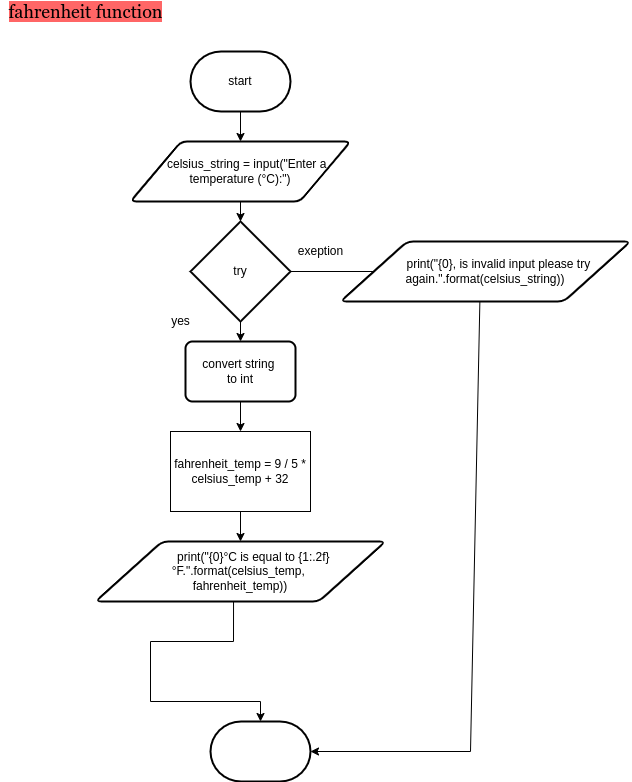
Before: design/flowchart.png, a diagram exported from draw.io (Emmanuel-Fofeyin/ICS3U-Unit5-01-Python). Source tidied: cells renumbered, new cells last; positions are measured from the earlier drawing's top-left corner, leaving out a move shared by most shapes.
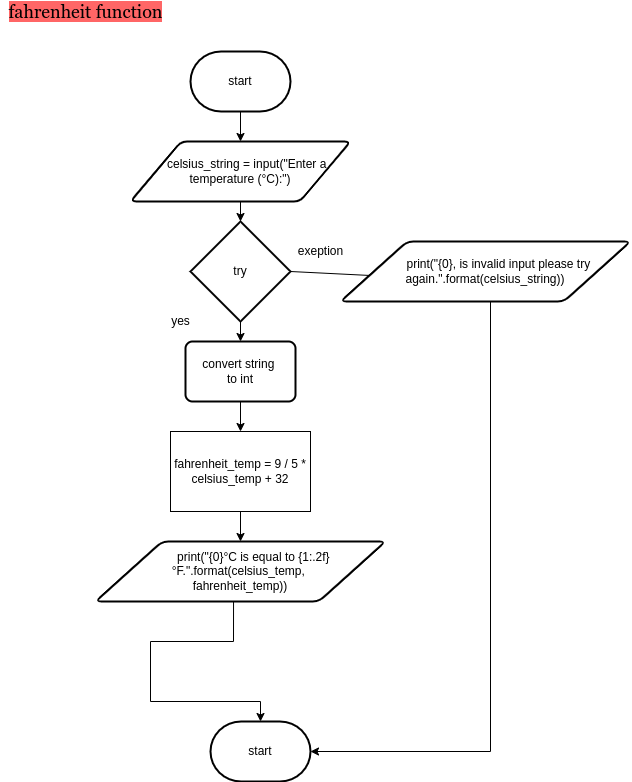
Later version of the same file.

Change to the diagram source:
```diff
@@ -32,27 +32,24 @@
     <mxCell id="11" value="yes" style="text;html=1;align=center;verticalAlign=middle;strokeColor=none;fillColor=none;fontSize=12;fontFamily=Helvetica;" parent="1" vertex="1">
       <mxGeometry x="165" y="310" width="30" height="20" as="geometry" />
     </mxCell>
-    <mxCell id="12" value="&lt;font face=&quot;Helvetica&quot;&gt;&lt;span style=&quot;font-size: 12px&quot;&gt;stop&lt;/span&gt;&lt;/font&gt;" style="strokeWidth=2;html=1;shape=mxgraph.flowchart.terminator;whiteSpace=wrap;labelBackgroundColor=none;fontFamily=Georgia;fontSize=18;fontColor=#FFFFFF;" parent="1" vertex="1">
-      <mxGeometry x="210" y="720" width="100" height="60" as="geometry" />
-    </mxCell>
     <mxCell id="13" style="edgeStyle=none;rounded=0;html=1;entryX=0.5;entryY=0;entryDx=0;entryDy=0;fontFamily=Helvetica;fontSize=12;" parent="1" edge="1" source="14" target="18">
       <mxGeometry relative="1" as="geometry" />
     </mxCell>
     <mxCell id="14" value="fahrenheit_temp = 9 / 5 * celsius_temp + 32" style="rounded=0;whiteSpace=wrap;html=1;fontFamily=Helvetica;fontSize=12;" parent="1" vertex="1">
       <mxGeometry x="170" y="430" width="140" height="80" as="geometry" />
     </mxCell>
-    <mxCell id="15" style="edgeStyle=none;html=1;fontFamily=Helvetica;fontSize=12;rounded=0;exitX=1;exitY=0.5;exitDx=0;exitDy=0;exitPerimeter=0;entryX=1;entryY=0.5;entryDx=0;entryDy=0;entryPerimeter=0;" parent="1" edge="1" source="7" target="12">
+    <mxCell id="15" style="edgeStyle=none;html=1;fontFamily=Helvetica;fontSize=12;rounded=0;exitX=1;exitY=0.5;exitDx=0;exitDy=0;exitPerimeter=0;entryX=1;entryY=0.5;entryDx=0;entryDy=0;entryPerimeter=0;" parent="1" edge="1" source="7" target="20">
       <mxGeometry relative="1" as="geometry">
         <Array as="points">
-          <mxPoint x="480" y="270" />
-          <mxPoint x="470" y="750" />
+          <mxPoint x="490" y="280" />
+          <mxPoint x="490" y="750" />
         </Array>
       </mxGeometry>
     </mxCell>
     <mxCell id="16" value="&lt;div&gt;&amp;nbsp; &amp;nbsp; &amp;nbsp; &amp;nbsp; print(&quot;{0}, is invalid input please try again.&quot;.format(celsius_string))&lt;/div&gt;" style="shape=parallelogram;html=1;strokeWidth=2;perimeter=parallelogramPerimeter;whiteSpace=wrap;rounded=1;arcSize=12;size=0.23;fontFamily=Helvetica;fontSize=12;" parent="1" vertex="1">
       <mxGeometry x="340" y="240" width="290" height="60" as="geometry" />
     </mxCell>
-    <mxCell id="17" style="edgeStyle=none;rounded=0;html=1;fontFamily=Helvetica;fontSize=12;entryX=0.5;entryY=0;entryDx=0;entryDy=0;entryPerimeter=0;exitX=0.476;exitY=0.983;exitDx=0;exitDy=0;exitPerimeter=0;" parent="1" edge="1" source="18" target="12">
+    <mxCell id="17" style="edgeStyle=none;rounded=0;html=1;fontFamily=Helvetica;fontSize=12;entryX=0.5;entryY=0;entryDx=0;entryDy=0;entryPerimeter=0;exitX=0.476;exitY=0.983;exitDx=0;exitDy=0;exitPerimeter=0;" parent="1" edge="1" source="18" target="20">
       <mxGeometry relative="1" as="geometry">
         <Array as="points">
           <mxPoint x="233" y="640" />
@@ -68,5 +65,8 @@
     <mxCell id="19" value="start" style="strokeWidth=2;html=1;shape=mxgraph.flowchart.terminator;whiteSpace=wrap;fontFamily=Helvetica;fontSize=12;" parent="1" vertex="1">
       <mxGeometry x="190" y="50" width="100" height="60" as="geometry" />
     </mxCell>
+    <mxCell id="20" value="start" style="strokeWidth=2;html=1;shape=mxgraph.flowchart.terminator;whiteSpace=wrap;fontFamily=Helvetica;fontSize=12;" parent="1" vertex="1">
+      <mxGeometry x="210" y="720" width="100" height="60" as="geometry" />
+    </mxCell>
   </root>
 </mxGraphModel>
```
